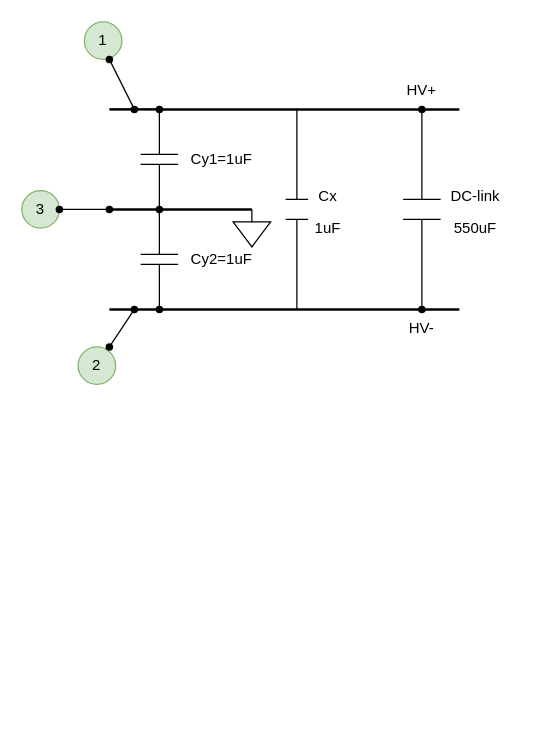
anhvanthe/01_my_drawio keeps this draw.io diagram as Cx_Cy.drawio. Above is the earlier version. Source tidied: cells renumbered, new cells numbered last; positions are measured from the earlier drawing's top-left corner, leaving out a move shared by most shapes. Both pictures are drawn from the tidied source at 125%, with x=0, y=0 at pixel (21, 21).
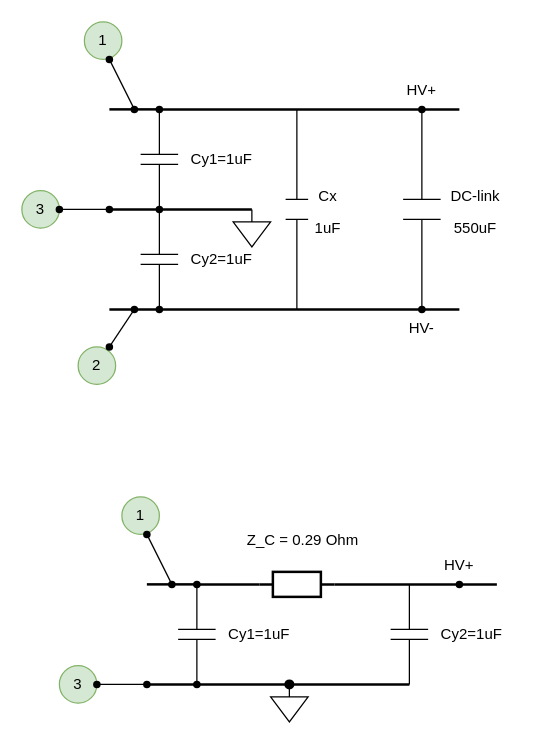
The same page after the edit.

Diff of the diagram source:
```diff
@@
+    <mxCell id="41" style="endArrow=none;html=1;rounded=0;strokeWidth=2;startArrow=none;" parent="1" edge="1" source="64">
+      <mxGeometry relative="1" as="geometry">
+        <mxPoint x="380" y="450" as="targetPoint" />
+      </mxGeometry>
+    </mxCell>
+    <mxCell id="42" style="verticalLabelPosition=bottom;shadow=0;dashed=0;align=center;html=1;verticalAlign=top;shape=mxgraph.electrical.capacitors.capacitor_1;direction=south;" parent="1" vertex="1">
+      <mxGeometry x="125" y="450" width="30" height="80" as="geometry" />
+    </mxCell>
+    <mxCell id="43" style="endArrow=none;html=1;rounded=0;strokeWidth=2;startArrow=none;entryX=1;entryY=0.5;entryDx=0;entryDy=0;entryPerimeter=0;" parent="1" edge="1" source="66" target="63">
+      <mxGeometry relative="1" as="geometry" />
+    </mxCell>
+    <mxCell id="44" value="Cy1=1uF" style="text;html=1;strokeColor=none;fillColor=none;align=center;verticalAlign=middle;whiteSpace=wrap;rounded=0;" parent="1" vertex="1">
+      <mxGeometry x="160" y="475" width="60" height="30" as="geometry" />
+    </mxCell>
+    <mxCell id="45" value="HV+" style="text;html=1;strokeColor=none;fillColor=none;align=center;verticalAlign=middle;whiteSpace=wrap;rounded=0;" parent="1" vertex="1">
+      <mxGeometry x="320" y="420" width="60" height="30" as="geometry" />
+    </mxCell>
+    <mxCell id="46" style="verticalLabelPosition=bottom;shadow=0;dashed=0;align=center;html=1;verticalAlign=top;shape=mxgraph.electrical.signal_sources.signal_ground;" parent="1" vertex="1">
+      <mxGeometry x="199" y="530" width="30" height="30" as="geometry" />
+    </mxCell>
+    <mxCell id="47" value="1" style="ellipse;whiteSpace=wrap;html=1;fillColor=#d5e8d4;strokeColor=#82b366;" parent="1" vertex="1">
+      <mxGeometry x="80" y="380" width="30" height="30" as="geometry" />
+    </mxCell>
+    <mxCell id="48" style="endArrow=none;html=1;rounded=0;strokeWidth=1;" parent="1" edge="1" target="49">
+      <mxGeometry relative="1" as="geometry">
+        <mxPoint x="120" y="450" as="sourcePoint" />
+      </mxGeometry>
+    </mxCell>
+    <mxCell id="49" style="shape=waypoint;sketch=0;fillStyle=solid;size=6;points=[];fillColor=none;perimeter=centerPerimeter;snapToPoint=1;" parent="1" vertex="1">
+      <mxGeometry x="80" y="390" width="40" height="40" as="geometry" />
+    </mxCell>
+    <mxCell id="50" style="shape=waypoint;sketch=0;fillStyle=solid;size=6;points=[];fillColor=none;perimeter=centerPerimeter;snapToPoint=1;" parent="1" vertex="1">
+      <mxGeometry x="100" y="430" width="40" height="40" as="geometry" />
+    </mxCell>
+    <mxCell id="51" style="endArrow=none;html=1;rounded=0;strokeWidth=2;" parent="1" edge="1" target="50">
+      <mxGeometry relative="1" as="geometry">
+        <mxPoint x="100" y="450" as="sourcePoint" />
+      </mxGeometry>
+    </mxCell>
+    <mxCell id="52" style="shape=waypoint;sketch=0;fillStyle=solid;size=6;points=[];fillColor=none;perimeter=centerPerimeter;snapToPoint=1;" parent="1" vertex="1">
+      <mxGeometry x="120" y="510" width="40" height="40" as="geometry" />
+    </mxCell>
+    <mxCell id="53" style="endArrow=none;html=1;rounded=0;strokeWidth=2;startArrow=none;" parent="1" edge="1" source="58" target="52">
+      <mxGeometry relative="1" as="geometry" />
+    </mxCell>
+    <mxCell id="54" style="shape=waypoint;sketch=0;fillStyle=solid;size=6;fillColor=none;perimeter=centerPerimeter;" parent="1" vertex="1">
+      <mxGeometry x="330" y="430" width="40" height="40" as="geometry" />
+    </mxCell>
+    <mxCell id="55" style="shape=waypoint;sketch=0;fillStyle=solid;size=6;points=[];fillColor=none;perimeter=centerPerimeter;snapToPoint=1;" parent="1" vertex="1">
+      <mxGeometry x="120" y="430" width="40" height="40" as="geometry" />
+    </mxCell>
+    <mxCell id="56" style="endArrow=none;html=1;rounded=0;strokeWidth=2;startArrow=none;" parent="1" edge="1" source="50" target="55">
+      <mxGeometry relative="1" as="geometry" />
+    </mxCell>
+    <mxCell id="57" value="3" style="ellipse;whiteSpace=wrap;html=1;fillColor=#d5e8d4;strokeColor=#82b366;" parent="1" vertex="1">
+      <mxGeometry x="30" y="515" width="30" height="30" as="geometry" />
+    </mxCell>
+    <mxCell id="58" style="shape=waypoint;sketch=0;fillStyle=solid;size=6;points=[];fillColor=none;perimeter=centerPerimeter;snapToPoint=1;" parent="1" vertex="1">
+      <mxGeometry x="80" y="510" width="40" height="40" as="geometry" />
+    </mxCell>
+    <mxCell id="59" style="endArrow=none;html=1;rounded=0;strokeWidth=2;" parent="1" edge="1" target="58">
+      <mxGeometry relative="1" as="geometry">
+        <mxPoint x="100" y="530" as="sourcePoint" />
+      </mxGeometry>
+    </mxCell>
+    <mxCell id="60" style="endArrow=none;html=1;rounded=0;strokeWidth=1;startArrow=none;" parent="1" edge="1" source="61" target="58">
+      <mxGeometry relative="1" as="geometry" />
+    </mxCell>
+    <mxCell id="61" style="shape=waypoint;sketch=0;fillStyle=solid;size=6;points=[];fillColor=none;perimeter=centerPerimeter;snapToPoint=1;" parent="1" vertex="1">
+      <mxGeometry x="40" y="510" width="40" height="40" as="geometry" />
+    </mxCell>
+    <mxCell id="62" style="endArrow=none;html=1;rounded=0;strokeWidth=1;" parent="1" edge="1" target="61">
+      <mxGeometry relative="1" as="geometry">
+        <mxPoint x="60" y="530" as="sourcePoint" />
+      </mxGeometry>
+    </mxCell>
+    <mxCell id="63" style="verticalLabelPosition=bottom;shadow=0;dashed=0;align=center;html=1;verticalAlign=top;shape=mxgraph.electrical.capacitors.capacitor_1;direction=south;" parent="1" vertex="1">
+      <mxGeometry x="295" y="450" width="30" height="80" as="geometry" />
+    </mxCell>
+    <mxCell id="64" style="verticalLabelPosition=bottom;shadow=0;dashed=0;align=center;html=1;verticalAlign=top;shape=mxgraph.electrical.resistors.resistor_1;strokeWidth=2;" parent="1" vertex="1">
+      <mxGeometry x="190" y="440" width="60" height="20" as="geometry" />
+    </mxCell>
+    <mxCell id="65" style="endArrow=none;html=1;rounded=0;strokeWidth=2;startArrow=none;" parent="1" edge="1" source="55" target="64">
+      <mxGeometry relative="1" as="geometry" />
+    </mxCell>
+    <mxCell id="66" style="shape=waypoint;sketch=0;fillStyle=solid;size=6;points=[];fillColor=none;perimeter=centerPerimeter;snapToPoint=1;strokeWidth=2;" parent="1" vertex="1">
+      <mxGeometry x="194" y="510" width="40" height="40" as="geometry" />
+    </mxCell>
+    <mxCell id="67" style="endArrow=none;html=1;rounded=0;strokeWidth=2;startArrow=none;entryDx=0;entryDy=0;entryPerimeter=0;" parent="1" edge="1" source="52" target="66">
+      <mxGeometry relative="1" as="geometry" />
+    </mxCell>
+    <mxCell id="68" value="Cy2=1uF" style="text;html=1;strokeColor=none;fillColor=none;align=center;verticalAlign=middle;whiteSpace=wrap;rounded=0;" parent="1" vertex="1">
+      <mxGeometry x="330" y="475" width="60" height="30" as="geometry" />
+    </mxCell>
+    <mxCell id="69" value="Z_C = 0.29 Ohm" style="text;html=1;strokeColor=none;fillColor=none;align=center;verticalAlign=middle;whiteSpace=wrap;rounded=0;" parent="1" vertex="1">
+      <mxGeometry x="175" y="400" width="100" height="30" as="geometry" />
+    </mxCell>
```
